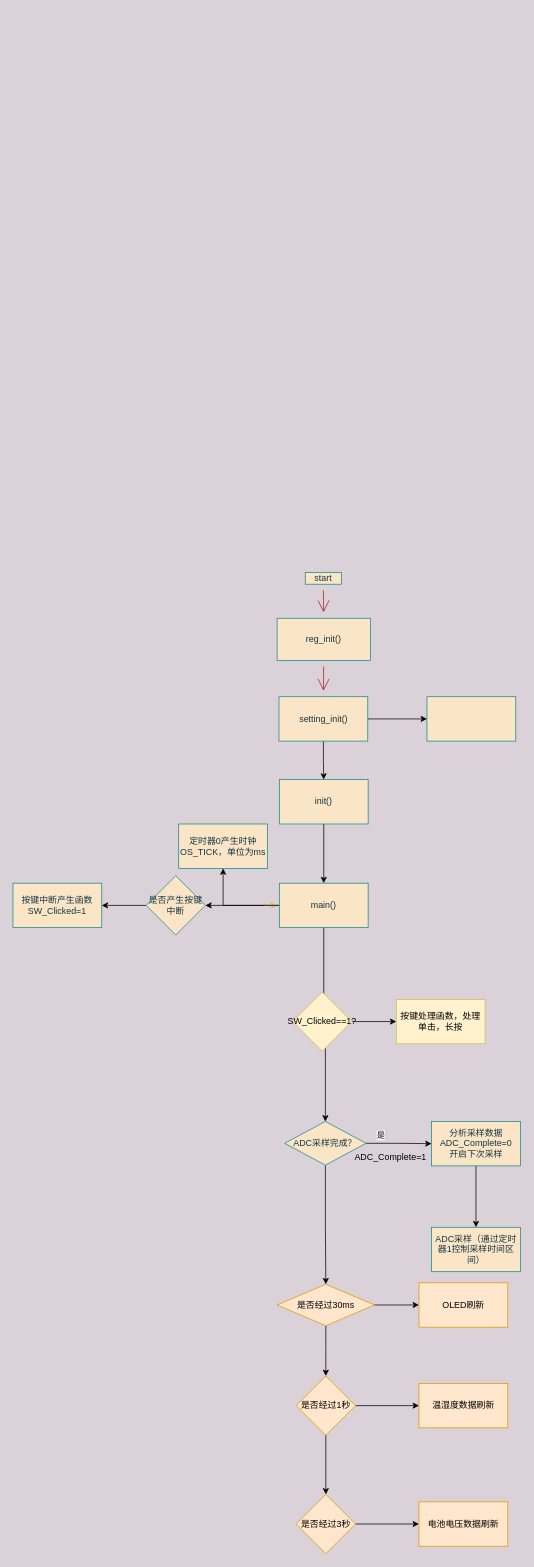
Above: mini_scope.drawio in grander1/draw_io (draw.io), before the change. Source tidied: cells renumbered, new cells numbered last; positions are measured from the earlier drawing's top-left corner, leaving out a move shared by most shapes. Both pictures are drawn from the tidied source at 74%, with x=0, y=0 at pixel (13, 572).
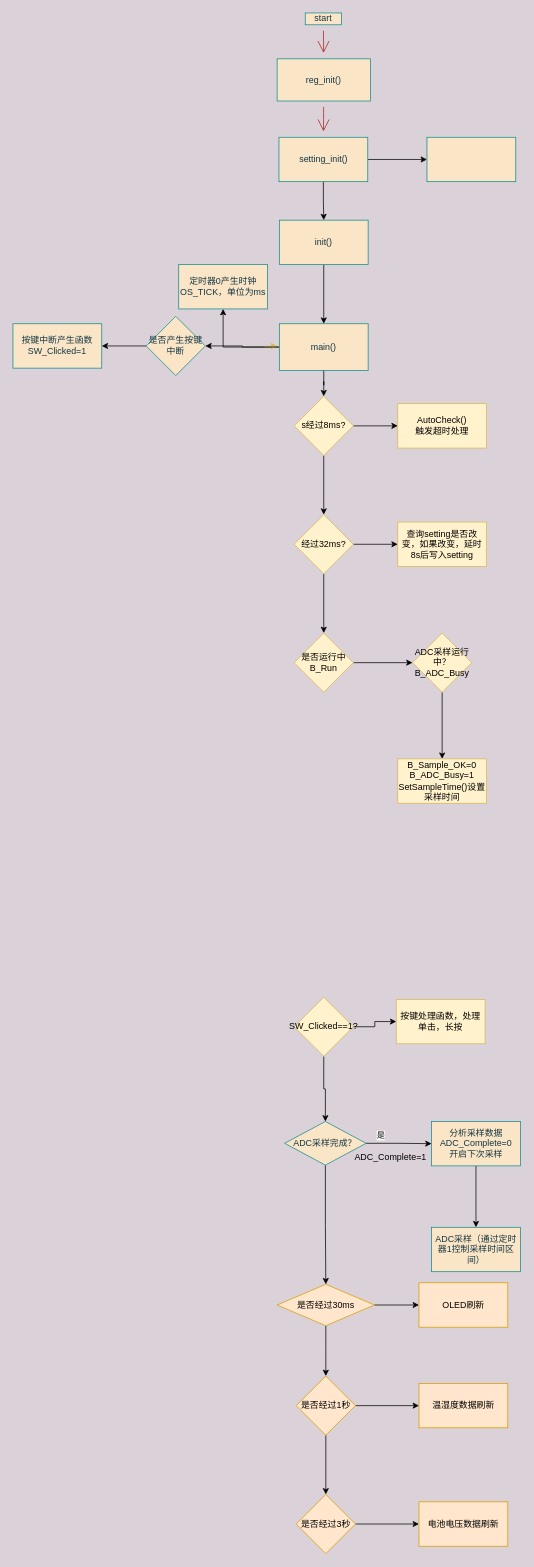
Above is the later version.

Unchanged cells that the change refers to:
```xml
<mxCell id="19" value="ADC采样完成？" style="rhombus;whiteSpace=wrap;html=1;fillColor=#FAE5C7;strokeColor=#0F8B8D;fontColor=#143642;hachureGap=4;" parent="1" vertex="1">
  <mxGeometry x="367.2" y="742" width="110" height="59" as="geometry" />
</mxCell>
```

The edit, as a diff of the source:
```diff
@@
     <mxCell id="3" value="start" style="rounded=0;whiteSpace=wrap;html=1;hachureGap=4;fillColor=#FAE5C7;strokeColor=#0F8B8D;fontColor=#143642;" parent="1" vertex="1">
-      <mxGeometry x="395" width="49" height="16" as="geometry" />
+      <mxGeometry x="395" y="-756" width="49" height="16" as="geometry" />
     </mxCell>
@@
     <mxCell id="5" value="reg_init()" style="html=1;hachureGap=4;fillColor=#FAE5C7;strokeColor=#0F8B8D;fontColor=#143642;labelPosition=center;verticalLabelPosition=middle;align=center;verticalAlign=middle;whiteSpace=wrap;" parent="1" vertex="1">
-      <mxGeometry x="357" y="62" width="126" height="57" as="geometry" />
+      <mxGeometry x="357" y="-694" width="126" height="57" as="geometry" />
     </mxCell>
@@
     <mxCell id="8" value="setting_init()" style="whiteSpace=wrap;html=1;hachureGap=4;strokeColor=#0F8B8D;fontColor=#143642;fillColor=#FAE5C7;" parent="1" vertex="1">
-      <mxGeometry x="359.5" y="168" width="120" height="60" as="geometry" />
+      <mxGeometry x="359.5" y="-588" width="120" height="60" as="geometry" />
     </mxCell>
@@
     <mxCell id="10" value="init()" style="whiteSpace=wrap;html=1;fillColor=#FAE5C7;strokeColor=#0F8B8D;fontColor=#143642;hachureGap=4;" parent="1" vertex="1">
-      <mxGeometry x="360" y="280" width="120" height="60" as="geometry" />
+      <mxGeometry x="360" y="-476" width="120" height="60" as="geometry" />
     </mxCell>
-    <mxCell id="11" style="edgeStyle=orthogonalEdgeStyle;rounded=0;jettySize=auto;html=1;" parent="1" edge="1" source="15" target="19">
-      <mxGeometry relative="1" as="geometry" />
-    </mxCell>
@@
     <mxCell id="13" style="edgeStyle=orthogonalEdgeStyle;rounded=0;jettySize=auto;html=1;fillColor=#fff2cc;strokeColor=#d6b656;" parent="1" edge="1" source="15">
       <mxGeometry relative="1" as="geometry">
-        <mxPoint x="357" y="450" as="targetPoint" />
+        <mxPoint x="357" y="-306" as="targetPoint" />
       </mxGeometry>
     </mxCell>
@@
+    <mxCell id="43" style="edgeStyle=orthogonalEdgeStyle;rounded=0;jettySize=auto;html=1;" parent="1" edge="1" source="15" target="47">
+      <mxGeometry relative="1" as="geometry" />
+    </mxCell>
     <mxCell id="15" value="main()" style="whiteSpace=wrap;html=1;fillColor=#FAE5C7;strokeColor=#0F8B8D;fontColor=#143642;hachureGap=4;" parent="1" vertex="1">
-      <mxGeometry x="360" y="420" width="120" height="60" as="geometry" />
+      <mxGeometry x="360" y="-336" width="120" height="63" as="geometry" />
     </mxCell>
@@
     <mxCell id="35" value="定时器0产生时钟OS_TICK，单位为ms" style="whiteSpace=wrap;html=1;fillColor=#FAE5C7;strokeColor=#0F8B8D;fontColor=#143642;hachureGap=4;" parent="1" vertex="1">
-      <mxGeometry x="224" y="340" width="120" height="60" as="geometry" />
+      <mxGeometry x="224" y="-416" width="120" height="60" as="geometry" />
     </mxCell>
@@
     <mxCell id="37" value="是否产生按键中断" style="rhombus;whiteSpace=wrap;html=1;fillColor=#FAE5C7;strokeColor=#0F8B8D;fontColor=#143642;hachureGap=4;" parent="1" vertex="1">
-      <mxGeometry x="180" y="410" width="80" height="80" as="geometry" />
+      <mxGeometry x="180" y="-346" width="80" height="80" as="geometry" />
     </mxCell>
     <mxCell id="38" value="&lt;div&gt;按键中断产生函数&lt;/div&gt;&lt;div&gt;SW_Clicked=1&lt;/div&gt;" style="whiteSpace=wrap;html=1;fillColor=#FAE5C7;strokeColor=#0F8B8D;fontColor=#143642;hachureGap=4;" parent="1" vertex="1">
-      <mxGeometry y="420" width="120" height="60" as="geometry" />
+      <mxGeometry y="-336" width="120" height="60" as="geometry" />
     </mxCell>
@@
+    <mxCell id="44" style="edgeStyle=orthogonalEdgeStyle;rounded=0;jettySize=auto;html=1;entryX=0.5;entryY=0;entryDx=0;entryDy=0;" parent="1" edge="1" source="40" target="19">
+      <mxGeometry relative="1" as="geometry" />
+    </mxCell>
     <mxCell id="40" value="SW_Clicked==1?" style="rhombus;whiteSpace=wrap;html=1;fillColor=#fff2cc;strokeColor=#d6b656;" parent="1" vertex="1">
-      <mxGeometry x="378" y="567" width="80" height="80" as="geometry" />
+      <mxGeometry x="380" y="574" width="80" height="80" as="geometry" />
     </mxCell>
@@
     <mxCell id="42" style="whiteSpace=wrap;html=1;fillColor=#FAE5C7;strokeColor=#0F8B8D;fontColor=#143642;hachureGap=4;" parent="1" vertex="1">
-      <mxGeometry x="559.5" y="168" width="120" height="60" as="geometry" />
+      <mxGeometry x="559.5" y="-588" width="120" height="60" as="geometry" />
     </mxCell>
+    <mxCell id="45" style="edgeStyle=orthogonalEdgeStyle;rounded=0;jettySize=auto;html=1;" parent="1" edge="1" source="47" target="48">
+      <mxGeometry relative="1" as="geometry" />
+    </mxCell>
+    <mxCell id="46" style="edgeStyle=orthogonalEdgeStyle;rounded=0;jettySize=auto;html=1;" parent="1" edge="1" source="47" target="51">
+      <mxGeometry relative="1" as="geometry" />
+    </mxCell>
+    <mxCell id="47" value="s经过8ms?" style="rhombus;whiteSpace=wrap;html=1;fillColor=#fff2cc;strokeColor=#d6b656;" parent="1" vertex="1">
+      <mxGeometry x="380" y="-238" width="80" height="80" as="geometry" />
+    </mxCell>
+    <mxCell id="48" value="&lt;div&gt;AutoCheck()&lt;/div&gt;&lt;div&gt;触发超时处理&lt;/div&gt;" style="whiteSpace=wrap;html=1;fillColor=#fff2cc;strokeColor=#d6b656;" parent="1" vertex="1">
+      <mxGeometry x="520" y="-228" width="120" height="60" as="geometry" />
+    </mxCell>
+    <mxCell id="49" style="edgeStyle=orthogonalEdgeStyle;rounded=0;jettySize=auto;html=1;" parent="1" edge="1" source="51" target="52">
+      <mxGeometry relative="1" as="geometry" />
+    </mxCell>
+    <mxCell id="50" style="edgeStyle=orthogonalEdgeStyle;rounded=0;jettySize=auto;html=1;" parent="1" edge="1" source="51" target="54">
+      <mxGeometry relative="1" as="geometry" />
+    </mxCell>
+    <mxCell id="51" value="经过32ms?" style="rhombus;whiteSpace=wrap;html=1;fillColor=#fff2cc;strokeColor=#d6b656;" parent="1" vertex="1">
+      <mxGeometry x="380" y="-78" width="80" height="80" as="geometry" />
+    </mxCell>
+    <mxCell id="52" value="查询setting是否改变，如果改变，延时8s后写入setting" style="whiteSpace=wrap;html=1;fillColor=#fff2cc;strokeColor=#d6b656;" parent="1" vertex="1">
+      <mxGeometry x="520" y="-68" width="120" height="60" as="geometry" />
+    </mxCell>
+    <mxCell id="53" style="edgeStyle=orthogonalEdgeStyle;rounded=0;jettySize=auto;html=1;" parent="1" edge="1" source="54" target="56">
+      <mxGeometry relative="1" as="geometry" />
+    </mxCell>
+    <mxCell id="54" value="&lt;div&gt;是否运行中&lt;/div&gt;&lt;div&gt;B_Run&lt;/div&gt;" style="rhombus;whiteSpace=wrap;html=1;fillColor=#fff2cc;strokeColor=#d6b656;" parent="1" vertex="1">
+      <mxGeometry x="380" y="82" width="80" height="80" as="geometry" />
+    </mxCell>
+    <mxCell id="55" style="edgeStyle=orthogonalEdgeStyle;rounded=0;jettySize=auto;html=1;" parent="1" edge="1" source="56" target="57">
+      <mxGeometry relative="1" as="geometry" />
+    </mxCell>
+    <mxCell id="56" value="&lt;div&gt;ADC采样运行中？&lt;/div&gt;&lt;div&gt;B_ADC_Busy&lt;/div&gt;" style="rhombus;whiteSpace=wrap;html=1;fillColor=#fff2cc;strokeColor=#d6b656;" parent="1" vertex="1">
+      <mxGeometry x="540" y="82" width="80" height="80" as="geometry" />
+    </mxCell>
+    <mxCell id="57" value="&lt;div&gt;B_Sample_OK=0&lt;/div&gt;&lt;div&gt;B_ADC_Busy=1&lt;/div&gt;&lt;div&gt;SetSampleTime()设置采样时间&lt;/div&gt;&lt;div&gt;&lt;/div&gt;&lt;div&gt;&lt;/div&gt;" style="whiteSpace=wrap;html=1;fillColor=#fff2cc;strokeColor=#d6b656;" parent="1" vertex="1">
+      <mxGeometry x="520" y="252" width="120" height="60" as="geometry" />
+    </mxCell>
```
